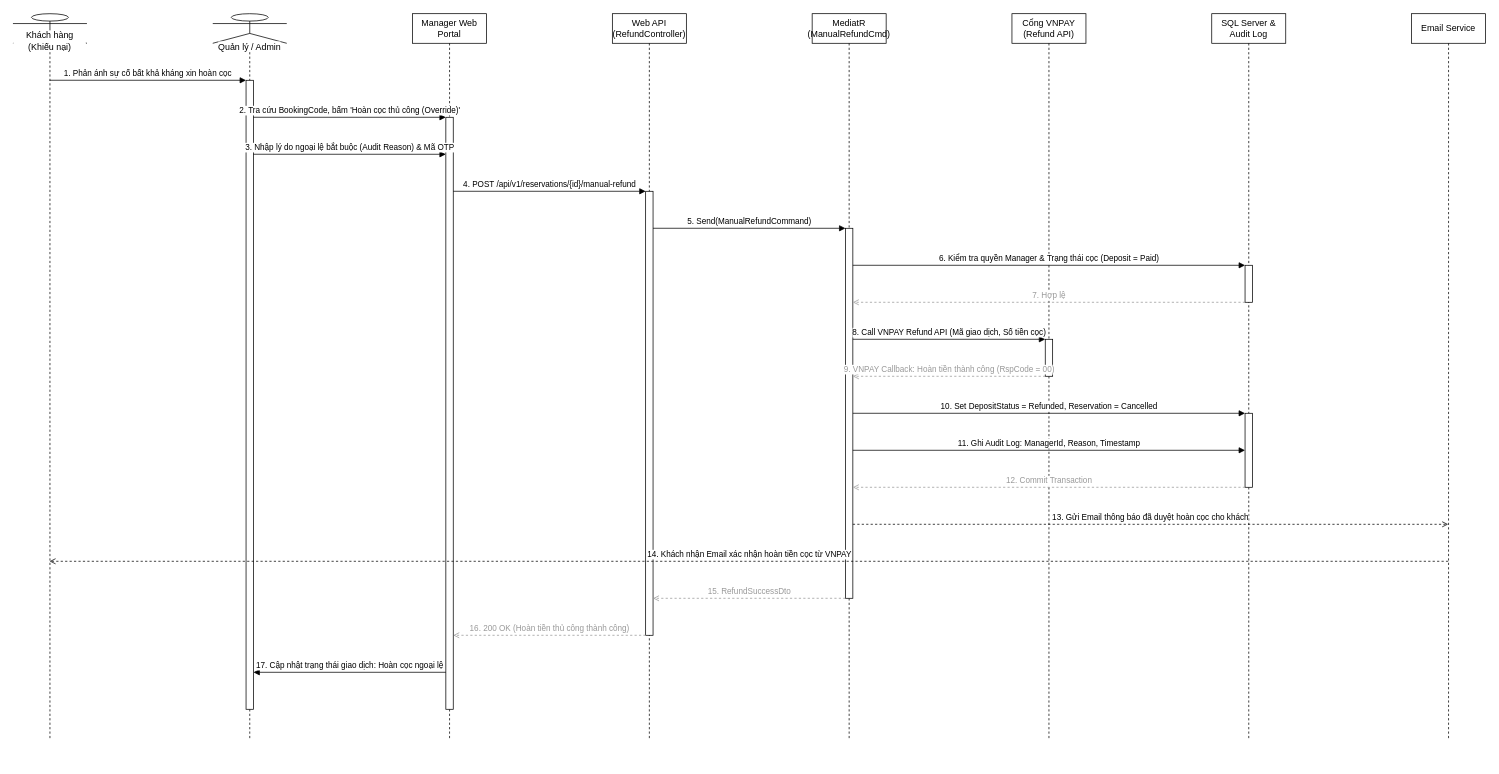
Above: docs/phase1/drawio/sd09_manual_refund.drawio in AndrewQng/VinDining (draw.io), before the change. Source tidied: cells renumbered, new cells numbered last; positions are measured from the earlier drawing's top-left corner, leaving out a move shared by most shapes. Both pictures are drawn from the tidied source at 74%, with x=0, y=0 at pixel (13, 13).
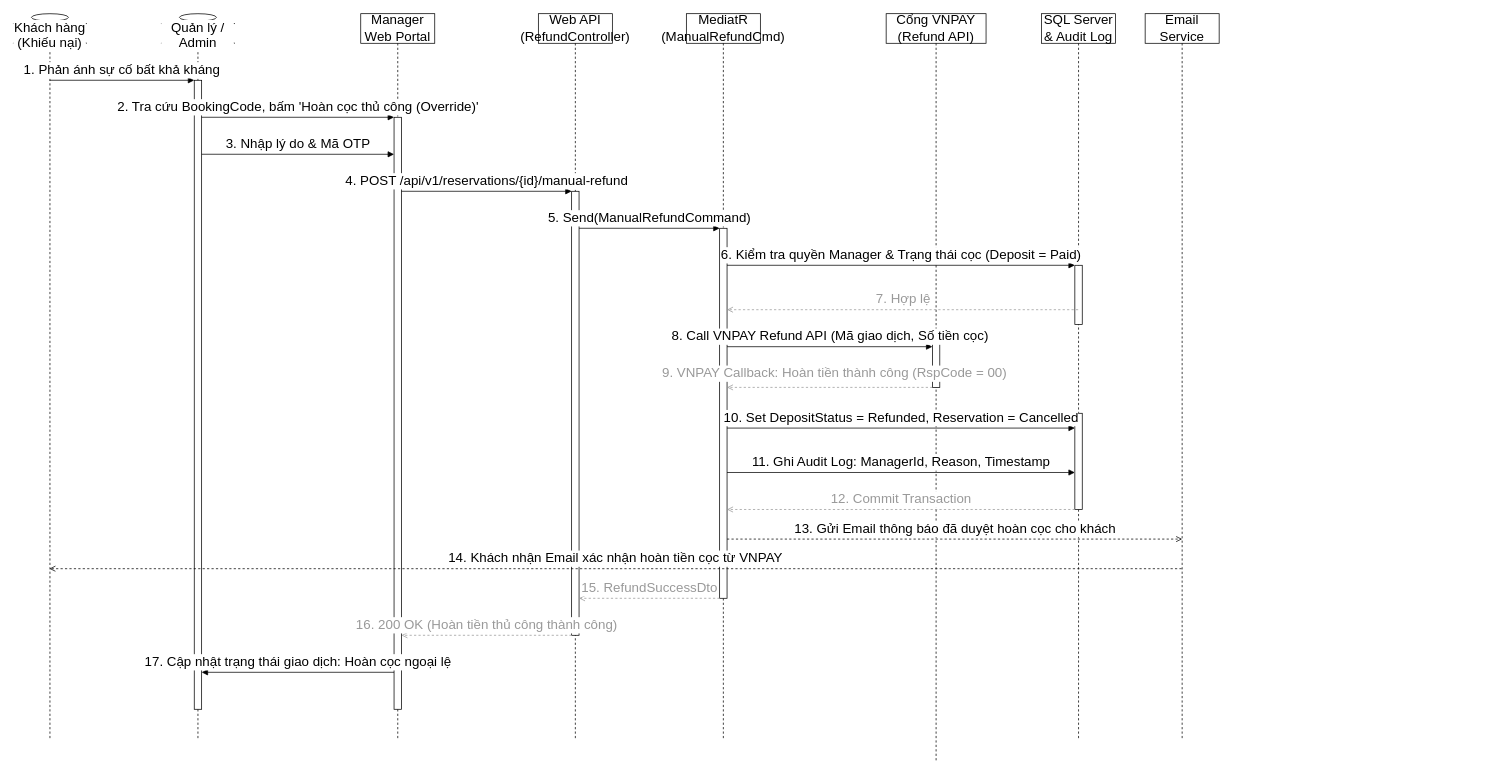
The same page after the edit.

The edit, as a diff of the source:
```diff
@@
-    <mxCell id="2" value="Khách hàng (Khiếu nại)" style="shape=umlLifeline;perimeter=lifelinePerimeter;whiteSpace=wrap;html=1;outlineConnect=0;portConstraint=eastwest;size=40;participant=umlActor;verticalAlign=bottom;spacingBottom=-14;labelBackgroundColor=#ffffff;" parent="1" vertex="1">
+    <mxCell id="2" value="Khách hàng (Khiếu nại)" style="shape=umlLifeline;perimeter=lifelinePerimeter;whiteSpace=wrap;html=1;outlineConnect=0;portConstraint=eastwest;size=40;participant=umlActor;verticalAlign=bottom;spacingBottom=-14;labelBackgroundColor=#ffffff;fontSize=18;" parent="1" vertex="1">
       <mxGeometry width="100" height="980" as="geometry" />
     </mxCell>
-    <mxCell id="3" value="Quản lý / Admin" style="shape=umlLifeline;perimeter=lifelinePerimeter;whiteSpace=wrap;html=1;size=40;participant=umlActor;verticalAlign=bottom;spacingBottom=-14;labelBackgroundColor=#ffffff;" parent="1" vertex="1">
-      <mxGeometry x="270" width="100" height="980" as="geometry" />
+    <mxCell id="3" value="Quản lý / Admin" style="shape=umlLifeline;perimeter=lifelinePerimeter;whiteSpace=wrap;html=1;size=40;participant=umlActor;verticalAlign=bottom;spacingBottom=-14;labelBackgroundColor=#ffffff;fontSize=18;" parent="1" vertex="1">
+      <mxGeometry x="200" width="100" height="980" as="geometry" />
     </mxCell>
+    <mxCell id="15" style="html=1;points=[];perimeter=orthogonalPerimeter;outlineConnect=0;fillColor=#ffffff;fontSize=18;" parent="3" vertex="1">
+      <mxGeometry x="45" y="90" width="10" height="850" as="geometry" />
+    </mxCell>
-    <mxCell id="4" value="Manager Web Portal" style="shape=umlLifeline;perimeter=lifelinePerimeter;whiteSpace=wrap;html=1;size=40;" parent="1" vertex="1">
-      <mxGeometry x="540" width="100" height="980" as="geometry" />
+    <mxCell id="4" value="Manager Web Portal" style="shape=umlLifeline;perimeter=lifelinePerimeter;whiteSpace=wrap;html=1;size=40;fontSize=18;" parent="1" vertex="1">
+      <mxGeometry x="470" width="100" height="980" as="geometry" />
     </mxCell>
+    <mxCell id="16" style="html=1;points=[];perimeter=orthogonalPerimeter;outlineConnect=0;fillColor=#ffffff;fontSize=18;" parent="4" vertex="1">
+      <mxGeometry x="45" y="140" width="10" height="800" as="geometry" />
+    </mxCell>
-    <mxCell id="5" value="Web API (RefundController)" style="shape=umlLifeline;perimeter=lifelinePerimeter;whiteSpace=wrap;html=1;size=40;" parent="1" vertex="1">
-      <mxGeometry x="810" width="100" height="980" as="geometry" />
+    <mxCell id="5" value="Web API (RefundController)" style="shape=umlLifeline;perimeter=lifelinePerimeter;whiteSpace=wrap;html=1;size=40;fontSize=18;" parent="1" vertex="1">
+      <mxGeometry x="710" width="100" height="980" as="geometry" />
     </mxCell>
+    <mxCell id="14" style="html=1;points=[];perimeter=orthogonalPerimeter;outlineConnect=0;fillColor=#ffffff;fontSize=18;" parent="5" vertex="1">
+      <mxGeometry x="45" y="240" width="10" height="600" as="geometry" />
+    </mxCell>
-    <mxCell id="6" value="MediatR (ManualRefundCmd)" style="shape=umlLifeline;perimeter=lifelinePerimeter;whiteSpace=wrap;html=1;size=40;" parent="1" vertex="1">
-      <mxGeometry x="1080" width="100" height="980" as="geometry" />
+    <mxCell id="6" value="MediatR (ManualRefundCmd)" style="shape=umlLifeline;perimeter=lifelinePerimeter;whiteSpace=wrap;html=1;size=40;fontSize=18;" parent="1" vertex="1">
+      <mxGeometry x="910" width="100" height="980" as="geometry" />
     </mxCell>
+    <mxCell id="13" style="html=1;points=[];perimeter=orthogonalPerimeter;outlineConnect=0;fillColor=#ffffff;fontSize=18;" parent="6" vertex="1">
+      <mxGeometry x="45" y="290" width="10" height="500" as="geometry" />
+    </mxCell>
-    <mxCell id="7" value="Cổng VNPAY (Refund API)" style="shape=umlLifeline;perimeter=lifelinePerimeter;whiteSpace=wrap;html=1;size=40;" parent="1" vertex="1">
-      <mxGeometry x="1350" width="100" height="980" as="geometry" />
+    <mxCell id="7" value="Cổng VNPAY (Refund API)" style="shape=umlLifeline;perimeter=lifelinePerimeter;whiteSpace=wrap;html=1;size=40;fontSize=18;" parent="1" vertex="1">
+      <mxGeometry x="1180" width="135" height="1010" as="geometry" />
     </mxCell>
+    <mxCell id="11" style="html=1;points=[];perimeter=orthogonalPerimeter;outlineConnect=0;fillColor=#ffffff;fontSize=18;" parent="7" vertex="1">
+      <mxGeometry x="62.5" y="440" width="10" height="65" as="geometry" />
+    </mxCell>
-    <mxCell id="8" value="SQL Server &amp; Audit Log" style="shape=umlLifeline;perimeter=lifelinePerimeter;whiteSpace=wrap;html=1;outlineConnect=0;portConstraint=eastwest;size=40;" parent="1" vertex="1">
-      <mxGeometry x="1620" width="100" height="980" as="geometry" />
+    <mxCell id="8" value="SQL Server &amp;amp; Audit Log" style="shape=umlLifeline;perimeter=lifelinePerimeter;whiteSpace=wrap;html=1;outlineConnect=0;portConstraint=eastwest;size=40;fontSize=18;" parent="1" vertex="1">
+      <mxGeometry x="1390" width="100" height="980" as="geometry" />
     </mxCell>
+    <mxCell id="10" style="html=1;points=[];perimeter=orthogonalPerimeter;outlineConnect=0;fillColor=#ffffff;fontSize=18;" parent="8" vertex="1">
+      <mxGeometry x="45" y="340" width="10" height="80" as="geometry" />
+    </mxCell>
+    <mxCell id="12" style="html=1;points=[];perimeter=orthogonalPerimeter;outlineConnect=0;fillColor=#ffffff;fontSize=18;" parent="8" vertex="1">
+      <mxGeometry x="45" y="540" width="10" height="130" as="geometry" />
+    </mxCell>
-    <mxCell id="9" value="Email Service" style="shape=umlLifeline;perimeter=lifelinePerimeter;whiteSpace=wrap;html=1;outlineConnect=0;portConstraint=eastwest;size=40;" parent="1" vertex="1">
-      <mxGeometry x="1890" width="100" height="980" as="geometry" />
+    <mxCell id="9" value="Email Service" style="shape=umlLifeline;perimeter=lifelinePerimeter;whiteSpace=wrap;html=1;outlineConnect=0;portConstraint=eastwest;size=40;fontSize=18;" parent="1" vertex="1">
+      <mxGeometry x="1530" width="100" height="980" as="geometry" />
     </mxCell>
-    <mxCell id="10" style="html=1;points=[];perimeter=orthogonalPerimeter;outlineConnect=0;fillColor=#ffffff;" parent="8" vertex="1">
-      <mxGeometry x="45" y="340" width="10" height="50" as="geometry" />
-    </mxCell>
-    <mxCell id="11" style="html=1;points=[];perimeter=orthogonalPerimeter;outlineConnect=0;fillColor=#ffffff;" parent="7" vertex="1">
-      <mxGeometry x="45" y="440" width="10" height="50" as="geometry" />
-    </mxCell>
-    <mxCell id="12" style="html=1;points=[];perimeter=orthogonalPerimeter;outlineConnect=0;fillColor=#ffffff;" parent="8" vertex="1">
-      <mxGeometry x="45" y="540" width="10" height="100" as="geometry" />
-    </mxCell>
-    <mxCell id="13" style="html=1;points=[];perimeter=orthogonalPerimeter;outlineConnect=0;fillColor=#ffffff;" parent="6" vertex="1">
-      <mxGeometry x="45" y="290" width="10" height="500" as="geometry" />
-    </mxCell>
-    <mxCell id="14" style="html=1;points=[];perimeter=orthogonalPerimeter;outlineConnect=0;fillColor=#ffffff;" parent="5" vertex="1">
-      <mxGeometry x="45" y="240" width="10" height="600" as="geometry" />
-    </mxCell>
-    <mxCell id="15" style="html=1;points=[];perimeter=orthogonalPerimeter;outlineConnect=0;fillColor=#ffffff;" parent="3" vertex="1">
-      <mxGeometry x="45" y="90" width="10" height="850" as="geometry" />
-    </mxCell>
-    <mxCell id="16" style="html=1;points=[];perimeter=orthogonalPerimeter;outlineConnect=0;fillColor=#ffffff;" parent="4" vertex="1">
-      <mxGeometry x="45" y="140" width="10" height="800" as="geometry" />
-    </mxCell>
-    <mxCell id="17" value="1. Phản ánh sự cố bất khả kháng xin hoàn cọc" style="html=1;verticalAlign=bottom;endArrow=block;curved=0;rounded=0;exitX=0.5;exitY=0.0918;entryX=0;entryY=0.0;" parent="1" edge="1" source="2" target="15">
+    <mxCell id="17" value="1. Phản ánh sự cố bất khả kháng" style="html=1;verticalAlign=bottom;endArrow=block;curved=0;rounded=0;exitX=0.5;exitY=0.0918;entryX=0;entryY=0.0;fontSize=18;" parent="1" edge="1" source="2" target="15">
       <mxGeometry relative="1" as="geometry" />
     </mxCell>
-    <mxCell id="18" value="2. Tra cứu BookingCode, bấm 'Hoàn cọc thủ công (Override)'" style="html=1;verticalAlign=bottom;endArrow=block;curved=0;rounded=0;exitX=1;exitY=0.0588;entryX=0;entryY=0.0;" parent="1" edge="1" source="15" target="16">
+    <mxCell id="18" value="2. Tra cứu BookingCode, bấm 'Hoàn cọc thủ công (Override)'" style="html=1;verticalAlign=bottom;endArrow=block;curved=0;rounded=0;exitX=1;exitY=0.0588;entryX=0;entryY=0.0;fontSize=18;" parent="1" edge="1" source="15" target="16">
       <mxGeometry relative="1" as="geometry" />
     </mxCell>
-    <mxCell id="19" value="3. Nhập lý do ngoại lệ bắt buộc (Audit Reason) &amp; Mã OTP" style="html=1;verticalAlign=bottom;endArrow=block;curved=0;rounded=0;exitX=1;exitY=0.1176;entryX=0;entryY=0.0625;" parent="1" edge="1" source="15" target="16">
+    <mxCell id="19" value="3. Nhập lý do &amp;amp; Mã OTP" style="html=1;verticalAlign=bottom;endArrow=block;curved=0;rounded=0;exitX=1;exitY=0.1176;entryX=0;entryY=0.0625;fontSize=18;" parent="1" edge="1" source="15" target="16">
       <mxGeometry relative="1" as="geometry" />
     </mxCell>
-    <mxCell id="20" value="4. POST /api/v1/reservations/{id}/manual-refund" style="html=1;verticalAlign=bottom;endArrow=block;curved=0;rounded=0;exitX=1;exitY=0.125;entryX=0;entryY=0.0;" parent="1" edge="1" source="16" target="14">
+    <mxCell id="20" value="4. POST /api/v1/reservations/{id}/manual-refund" style="html=1;verticalAlign=bottom;endArrow=block;curved=0;rounded=0;exitX=1;exitY=0.125;entryX=0;entryY=0.0;fontSize=18;" parent="1" edge="1" source="16" target="14">
       <mxGeometry relative="1" as="geometry" />
     </mxCell>
-    <mxCell id="21" value="5. Send(ManualRefundCommand)" style="html=1;verticalAlign=bottom;endArrow=block;curved=0;rounded=0;exitX=1;exitY=0.0833;entryX=0;entryY=0.0;" parent="1" edge="1" source="14" target="13">
+    <mxCell id="21" value="5. Send(ManualRefundCommand)" style="html=1;verticalAlign=bottom;endArrow=block;curved=0;rounded=0;exitX=1;exitY=0.0833;entryX=0;entryY=0.0;fontSize=18;" parent="1" edge="1" source="14" target="13">
       <mxGeometry relative="1" as="geometry" />
     </mxCell>
-    <mxCell id="22" value="6. Kiểm tra quyền Manager &amp; Trạng thái cọc (Deposit = Paid)" style="html=1;verticalAlign=bottom;endArrow=block;curved=0;rounded=0;exitX=1;exitY=0.1;entryX=0;entryY=0.0;" parent="1" edge="1" source="13" target="10">
+    <mxCell id="22" value="6. Kiểm tra quyền Manager &amp;amp; Trạng thái cọc (Deposit = Paid)" style="html=1;verticalAlign=bottom;endArrow=block;curved=0;rounded=0;exitX=1;exitY=0.1;entryX=0;entryY=0.0;fontSize=18;" parent="1" edge="1" source="13" target="10">
       <mxGeometry relative="1" as="geometry" />
     </mxCell>
-    <mxCell id="23" value="7. Hợp lệ" style="html=1;verticalAlign=bottom;endArrow=open;dashed=1;curved=0;rounded=0;strokeColor=#999999;fontColor=#999999;exitX=0;exitY=1.0;entryX=1;entryY=0.2;" parent="1" edge="1" source="10" target="13">
-      <mxGeometry relative="1" as="geometry" />
+    <mxCell id="23" value="7. Hợp lệ" style="html=1;verticalAlign=bottom;endArrow=open;dashed=1;curved=0;rounded=0;strokeColor=#999999;fontColor=#999999;entryX=1;entryY=0.2;fontSize=18;" parent="1" edge="1" source="8">
+      <mxGeometry relative="1" as="geometry">
+        <mxPoint x="965" y="400" as="targetPoint" />
+      </mxGeometry>
     </mxCell>
-    <mxCell id="24" value="8. Call VNPAY Refund API (Mã giao dịch, Số tiền cọc)" style="html=1;verticalAlign=bottom;endArrow=block;curved=0;rounded=0;exitX=1;exitY=0.3;entryX=0;entryY=0.0;" parent="1" edge="1" source="13" target="11">
-      <mxGeometry relative="1" as="geometry" />
+    <mxCell id="24" value="8. Call VNPAY Refund API (Mã giao dịch, Số tiền cọc)" style="html=1;verticalAlign=bottom;endArrow=block;curved=0;rounded=0;exitX=1;exitY=0.3;fontSize=18;" parent="1" edge="1" target="11">
+      <mxGeometry relative="1" as="geometry">
+        <mxPoint x="965" y="450" as="sourcePoint" />
+      </mxGeometry>
     </mxCell>
-    <mxCell id="25" value="9. VNPAY Callback: Hoàn tiền thành công (RspCode = 00)" style="html=1;verticalAlign=bottom;endArrow=open;dashed=1;curved=0;rounded=0;strokeColor=#999999;fontColor=#999999;exitX=0;exitY=1.0;entryX=1;entryY=0.4;" parent="1" edge="1" source="11" target="13">
-      <mxGeometry relative="1" as="geometry" />
+    <mxCell id="25" value="9. VNPAY Callback: Hoàn tiền thành công (RspCode = 00)" style="html=1;verticalAlign=bottom;endArrow=open;dashed=1;curved=0;rounded=0;strokeColor=#999999;fontColor=#999999;exitX=0;exitY=1.0;fontSize=18;" parent="1" edge="1" source="11" target="13">
+      <mxGeometry x="-0.04" y="-5" relative="1" as="geometry" />
     </mxCell>
-    <mxCell id="26" value="10. Set DepositStatus = Refunded, Reservation = Cancelled" style="html=1;verticalAlign=bottom;endArrow=block;curved=0;rounded=0;exitX=1;exitY=0.5;entryX=0;entryY=0.0;" parent="1" edge="1" source="13" target="12">
-      <mxGeometry relative="1" as="geometry" />
+    <mxCell id="26" value="10. Set DepositStatus = Refunded, Reservation = Cancelled" style="html=1;verticalAlign=bottom;endArrow=block;curved=0;rounded=0;exitX=1;exitY=0.5;entryX=0;entryY=0.0;fontSize=18;" parent="1" edge="1">
+      <mxGeometry relative="1" as="geometry">
+        <mxPoint x="965" y="560" as="sourcePoint" />
+        <mxPoint x="1435" y="560" as="targetPoint" />
+      </mxGeometry>
     </mxCell>
-    <mxCell id="27" value="11. Ghi Audit Log: ManagerId, Reason, Timestamp" style="html=1;verticalAlign=bottom;endArrow=block;curved=0;rounded=0;exitX=1;exitY=0.6;entryX=0;entryY=0.5;" parent="1" edge="1" source="13" target="12">
-      <mxGeometry relative="1" as="geometry" />
+    <mxCell id="27" value="11. Ghi Audit Log: ManagerId, Reason, Timestamp" style="html=1;verticalAlign=bottom;endArrow=block;curved=0;rounded=0;exitX=1;exitY=0.6;entryX=0;entryY=0.5;fontSize=18;" parent="1" edge="1">
+      <mxGeometry relative="1" as="geometry">
+        <mxPoint x="965" y="620" as="sourcePoint" />
+        <mxPoint x="1435" y="620" as="targetPoint" />
+      </mxGeometry>
     </mxCell>
-    <mxCell id="28" value="12. Commit Transaction" style="html=1;verticalAlign=bottom;endArrow=open;dashed=1;curved=0;rounded=0;strokeColor=#999999;fontColor=#999999;exitX=0;exitY=1.0;entryX=1;entryY=0.7;" parent="1" edge="1" source="12" target="13">
+    <mxCell id="28" value="12. Commit Transaction" style="html=1;verticalAlign=bottom;endArrow=open;dashed=1;curved=0;rounded=0;strokeColor=#999999;fontColor=#999999;exitX=0;exitY=1.0;fontSize=18;" parent="1" edge="1" source="12" target="13">
       <mxGeometry relative="1" as="geometry" />
     </mxCell>
-    <mxCell id="29" value="13. Gửi Email thông báo đã duyệt hoàn cọc cho khách" style="html=1;verticalAlign=bottom;endArrow=open;dashed=1;curved=0;rounded=0;exitX=1;exitY=0.8;entryX=0.5;entryY=0.7041;" parent="1" edge="1" source="13" target="9">
-      <mxGeometry relative="1" as="geometry" />
+    <mxCell id="29" value="13. Gửi Email thông báo đã duyệt hoàn cọc cho khách" style="html=1;verticalAlign=bottom;endArrow=open;dashed=1;curved=0;rounded=0;exitX=1;exitY=0.8;entryX=0.5;entryY=0.7041;fontSize=18;" parent="1" edge="1">
+      <mxGeometry relative="1" as="geometry">
+        <mxPoint x="965" y="710" as="sourcePoint" />
+        <mxPoint x="1580" y="710" as="targetPoint" />
+      </mxGeometry>
     </mxCell>
-    <mxCell id="30" value="14. Khách nhận Email xác nhận hoàn tiền cọc từ VNPAY" style="html=1;verticalAlign=bottom;endArrow=open;dashed=1;curved=0;rounded=0;exitX=0.5;exitY=0.7551;entryX=0.5;entryY=0.7551;" parent="1" edge="1" source="9" target="2">
-      <mxGeometry relative="1" as="geometry" />
+    <mxCell id="30" value="14. Khách nhận Email xác nhận hoàn tiền cọc từ VNPAY" style="html=1;verticalAlign=bottom;endArrow=open;dashed=1;curved=0;rounded=0;exitX=0.5;exitY=0.7551;entryX=0.5;entryY=0.7551;fontSize=18;" parent="1" edge="1">
+      <mxGeometry relative="1" as="geometry">
+        <mxPoint x="1579.3" y="750" as="sourcePoint" />
+        <mxPoint x="49.3" y="750" as="targetPoint" />
+      </mxGeometry>
     </mxCell>
-    <mxCell id="31" value="15. RefundSuccessDto" style="html=1;verticalAlign=bottom;endArrow=open;dashed=1;curved=0;rounded=0;strokeColor=#999999;fontColor=#999999;exitX=0;exitY=1.0;entryX=1;entryY=0.9167;" parent="1" edge="1" source="13" target="14">
+    <mxCell id="31" value="15. RefundSuccessDto" style="html=1;verticalAlign=bottom;endArrow=open;dashed=1;curved=0;rounded=0;strokeColor=#999999;fontColor=#999999;exitX=0;exitY=1.0;entryX=1;entryY=0.9167;fontSize=18;" parent="1" edge="1" source="13" target="14">
       <mxGeometry relative="1" as="geometry" />
     </mxCell>
-    <mxCell id="32" value="16. 200 OK (Hoàn tiền thủ công thành công)" style="html=1;verticalAlign=bottom;endArrow=open;dashed=1;curved=0;rounded=0;strokeColor=#999999;fontColor=#999999;exitX=0;exitY=1.0;entryX=1;entryY=0.875;" parent="1" edge="1" source="14" target="16">
+    <mxCell id="32" value="16. 200 OK (Hoàn tiền thủ công thành công)" style="html=1;verticalAlign=bottom;endArrow=open;dashed=1;curved=0;rounded=0;strokeColor=#999999;fontColor=#999999;exitX=0;exitY=1.0;entryX=1;entryY=0.875;fontSize=18;" parent="1" edge="1" source="14" target="16">
       <mxGeometry relative="1" as="geometry" />
     </mxCell>
-    <mxCell id="33" value="17. Cập nhật trạng thái giao dịch: Hoàn cọc ngoại lệ" style="html=1;verticalAlign=bottom;endArrow=block;curved=0;rounded=0;exitX=0;exitY=0.9375;entryX=1;entryY=0.9412;" parent="1" edge="1" source="16" target="15">
+    <mxCell id="33" value="17. Cập nhật trạng thái giao dịch: Hoàn cọc ngoại lệ" style="html=1;verticalAlign=bottom;endArrow=block;curved=0;rounded=0;exitX=0;exitY=0.9375;entryX=1;entryY=0.9412;fontSize=18;" parent="1" edge="1" source="16" target="15">
       <mxGeometry relative="1" as="geometry" />
     </mxCell>
```
